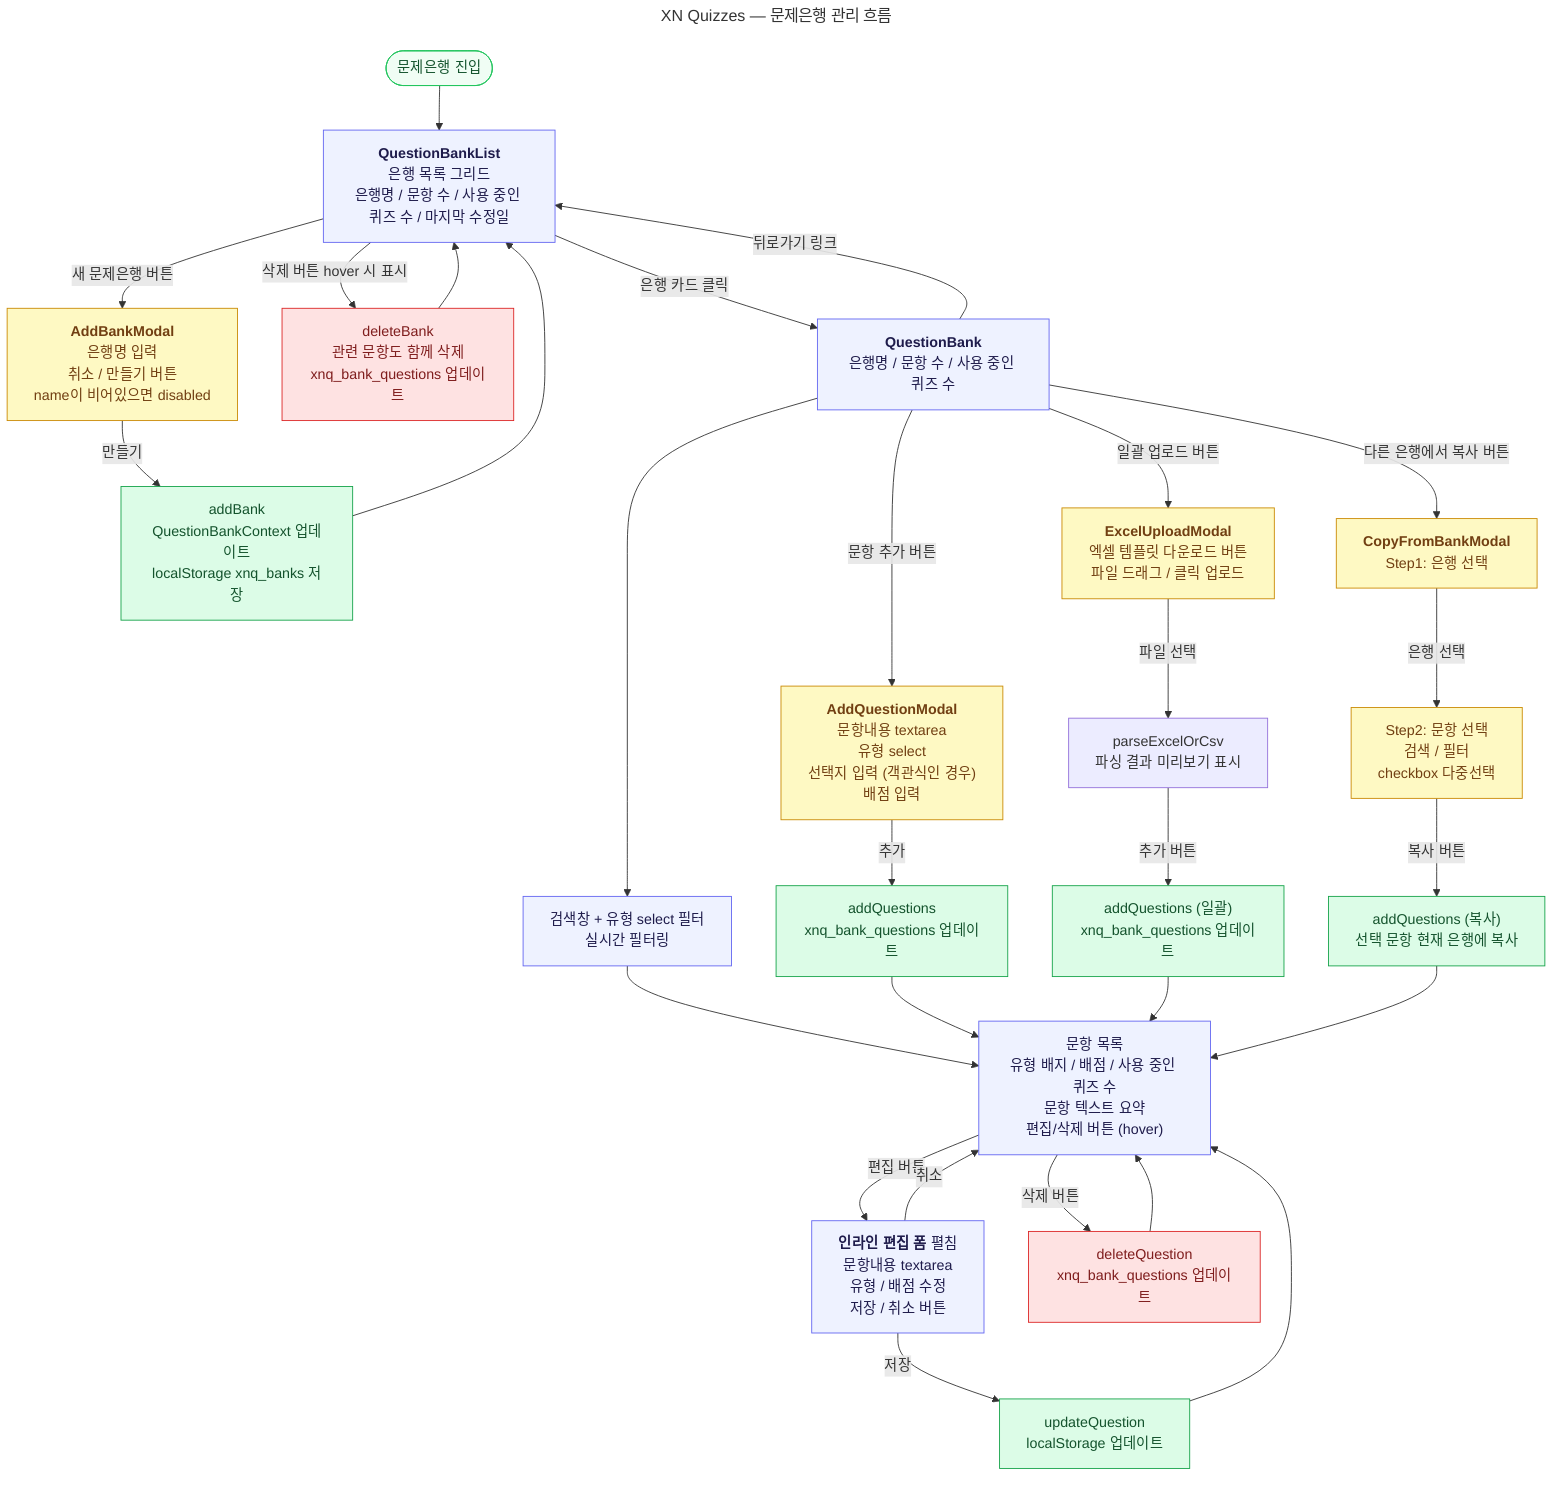
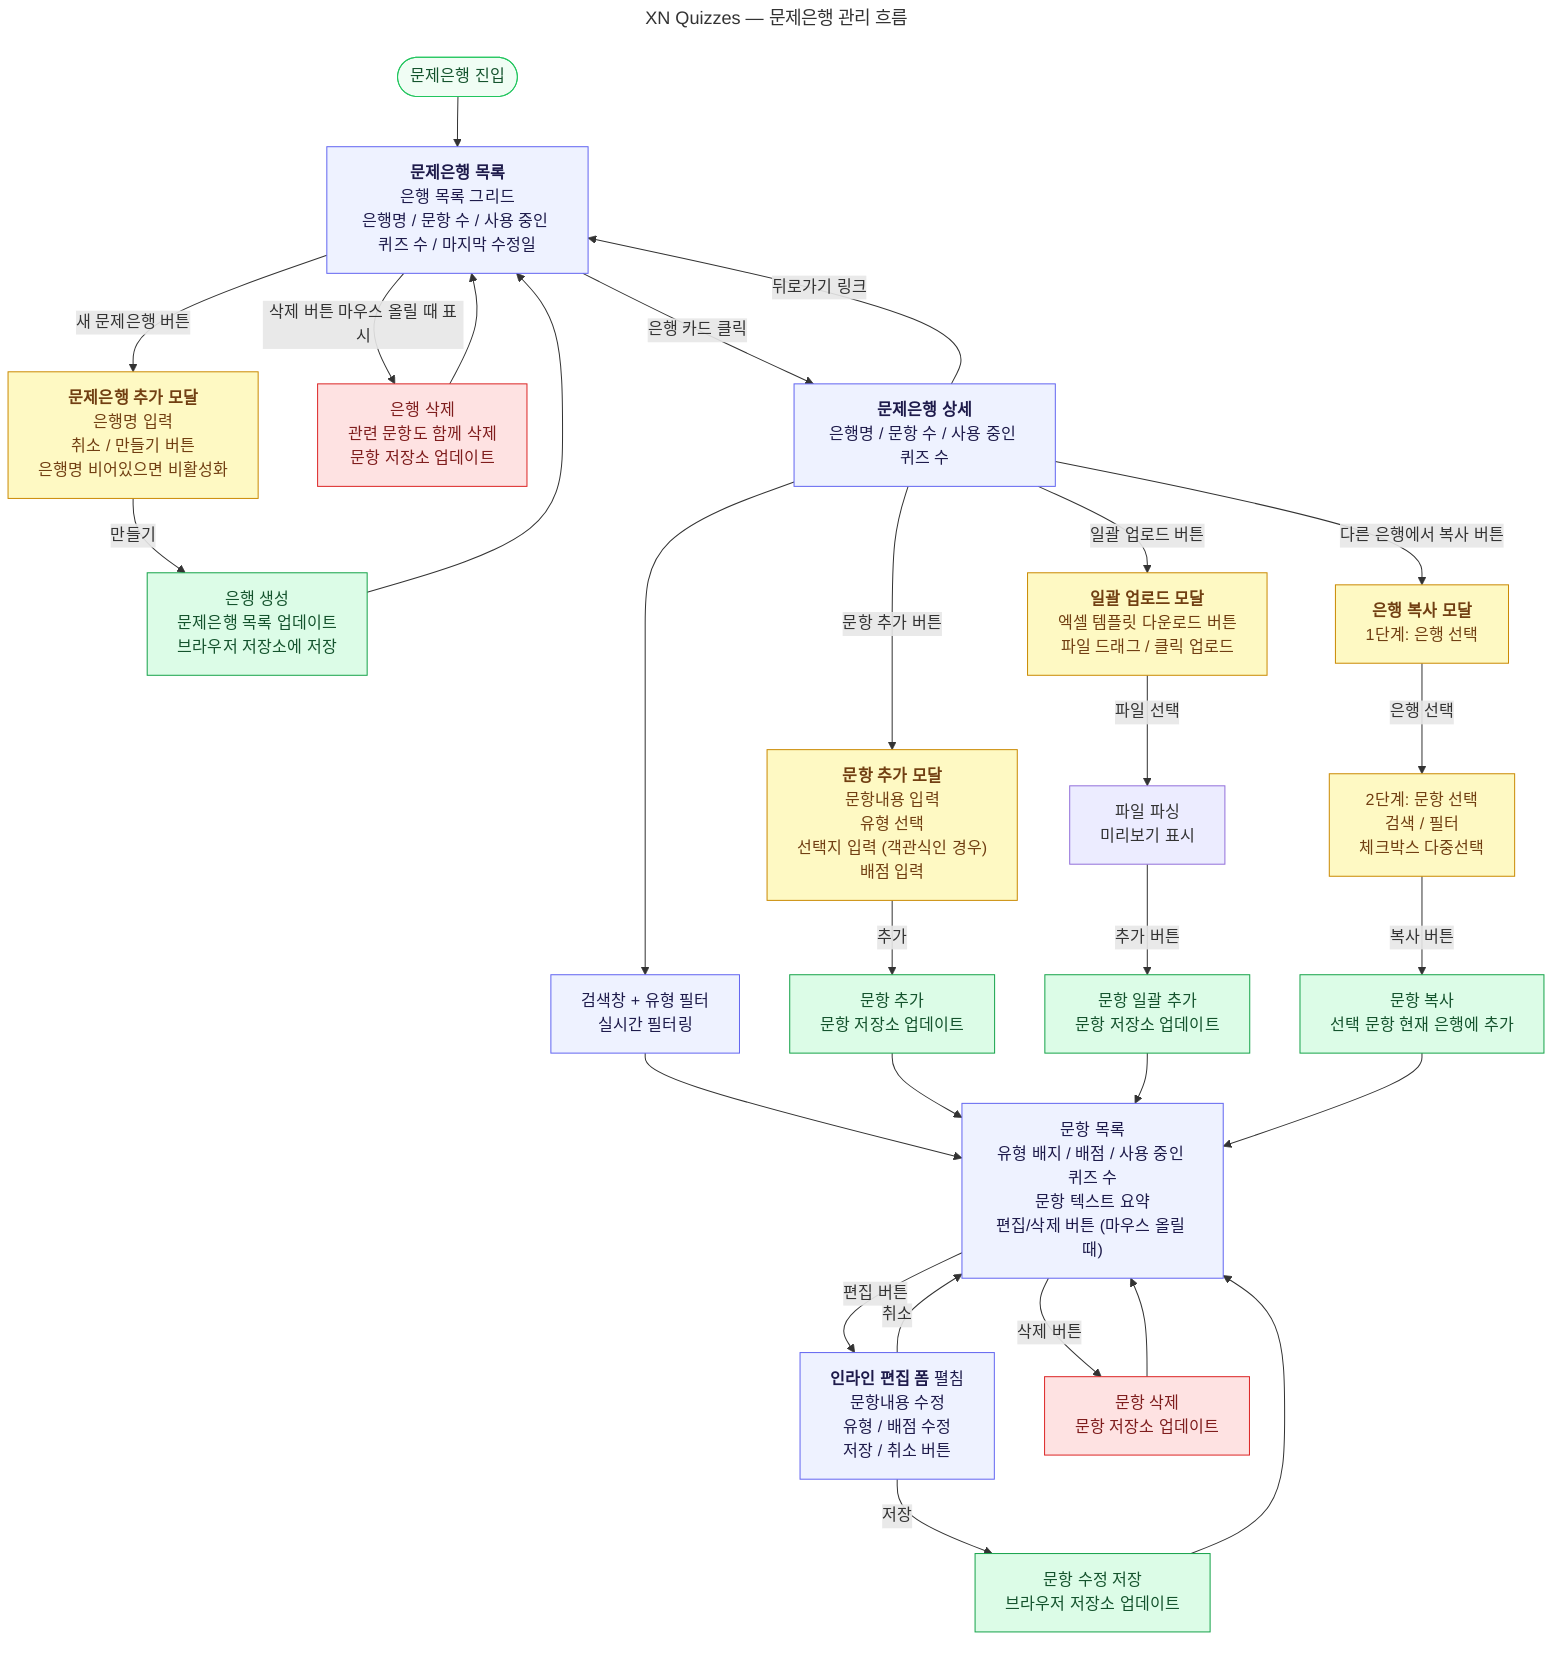
---
title: XN Quizzes — 문제은행 관리 흐름
---
flowchart TD
-     START([문제은행 진입]) --> QBL["`**QuestionBankList**
+     START([문제은행 진입]) --> QBL["`**문제은행 목록**
    은행 목록 그리드
    은행명 / 문항 수 / 사용 중인 퀴즈 수 / 마지막 수정일`"]

    %% ── 은행 생성 ────────────────────────────────
-     QBL -->|새 문제은행 버튼| M_NEW_BANK["`**AddBankModal**
+     QBL -->|새 문제은행 버튼| M_NEW_BANK["`**문제은행 추가 모달**
    은행명 입력
    취소 / 만들기 버튼
-     name이 비어있으면 disabled`"]
-     M_NEW_BANK -->|만들기| ADD_BANK["`addBank
-     QuestionBankContext 업데이트
-     localStorage xnq_banks 저장`"]
+     은행명 비어있으면 비활성화`"]
+     M_NEW_BANK -->|만들기| ADD_BANK["`은행 생성
+     문제은행 목록 업데이트
+     브라우저 저장소에 저장`"]
    ADD_BANK --> QBL

    %% ── 은행 삭제 ────────────────────────────────
-     QBL -->|삭제 버튼 hover 시 표시| DEL_BANK["`deleteBank
+     QBL -->|삭제 버튼 마우스 올릴 때 표시| DEL_BANK["`은행 삭제
    관련 문항도 함께 삭제
-     xnq_bank_questions 업데이트`"]
+     문항 저장소 업데이트`"]
    DEL_BANK --> QBL

    %% ── 은행 상세 진입 ───────────────────────────
-     QBL -->|은행 카드 클릭| QB["`**QuestionBank**
+     QBL -->|은행 카드 클릭| QB["`**문제은행 상세**
    은행명 / 문항 수 / 사용 중인 퀴즈 수`"]

-     QB --> FILTER["`검색창 + 유형 select 필터
+     QB --> FILTER["`검색창 + 유형 필터
    실시간 필터링`"]
    FILTER --> Q_LIST["`문항 목록
    유형 배지 / 배점 / 사용 중인 퀴즈 수
    문항 텍스트 요약
-     편집/삭제 버튼 (hover)`"]
+     편집/삭제 버튼 (마우스 올릴 때)`"]

    %% ── 문항 추가 ────────────────────────────────
-     QB -->|문항 추가 버튼| M_ADD_Q["`**AddQuestionModal**
-     문항내용 textarea
-     유형 select
+     QB -->|문항 추가 버튼| M_ADD_Q["`**문항 추가 모달**
+     문항내용 입력
+     유형 선택
    선택지 입력 (객관식인 경우)
    배점 입력`"]
-     M_ADD_Q -->|추가| ADD_Q["`addQuestions
-     xnq_bank_questions 업데이트`"]
+     M_ADD_Q -->|추가| ADD_Q["`문항 추가
+     문항 저장소 업데이트`"]
    ADD_Q --> Q_LIST

    %% ── 문항 편집 (인라인) ───────────────────────
    Q_LIST -->|편집 버튼| EDIT_FORM["`**인라인 편집 폼** 펼침
-     문항내용 textarea
+     문항내용 수정
    유형 / 배점 수정
    저장 / 취소 버튼`"]
-     EDIT_FORM -->|저장| UPD_Q["`updateQuestion
-     localStorage 업데이트`"]
+     EDIT_FORM -->|저장| UPD_Q["`문항 수정 저장
+     브라우저 저장소 업데이트`"]
    EDIT_FORM -->|취소| Q_LIST
    UPD_Q --> Q_LIST

    %% ── 문항 삭제 ────────────────────────────────
-     Q_LIST -->|삭제 버튼| DEL_Q["`deleteQuestion
-     xnq_bank_questions 업데이트`"]
+     Q_LIST -->|삭제 버튼| DEL_Q["`문항 삭제
+     문항 저장소 업데이트`"]
    DEL_Q --> Q_LIST

    %% ── 일괄 업로드 ──────────────────────────────
-     QB -->|일괄 업로드 버튼| M_UPLOAD["`**ExcelUploadModal**
+     QB -->|일괄 업로드 버튼| M_UPLOAD["`**일괄 업로드 모달**
    엑셀 템플릿 다운로드 버튼
    파일 드래그 / 클릭 업로드`"]
-     M_UPLOAD -->|파일 선택| PARSE["`parseExcelOrCsv
-     파싱 결과 미리보기 표시`"]
-     PARSE -->|추가 버튼| ADD_BULK["`addQuestions (일괄)
-     xnq_bank_questions 업데이트`"]
+     M_UPLOAD -->|파일 선택| PARSE["`파일 파싱
+     미리보기 표시`"]
+     PARSE -->|추가 버튼| ADD_BULK["`문항 일괄 추가
+     문항 저장소 업데이트`"]
    ADD_BULK --> Q_LIST

    %% ── 다른 은행에서 복사 ───────────────────────
-     QB -->|다른 은행에서 복사 버튼| M_COPY["`**CopyFromBankModal**
-     Step1: 은행 선택`"]
-     M_COPY -->|은행 선택| M_COPY2["`Step2: 문항 선택
+     QB -->|다른 은행에서 복사 버튼| M_COPY["`**은행 복사 모달**
+     1단계: 은행 선택`"]
+     M_COPY -->|은행 선택| M_COPY2["`2단계: 문항 선택
    검색 / 필터
-     checkbox 다중선택`"]
-     M_COPY2 -->|복사 버튼| COPY_Q["`addQuestions (복사)
-     선택 문항 현재 은행에 복사`"]
+     체크박스 다중선택`"]
+     M_COPY2 -->|복사 버튼| COPY_Q["`문항 복사
+     선택 문항 현재 은행에 추가`"]
    COPY_Q --> Q_LIST

    %% ── 뒤로가기 ─────────────────────────────────
    QB -->|뒤로가기 링크| QBL

    %% ── 스타일 ───────────────────────────────────
    style QBL      fill:#EEF2FF,stroke:#6366F1,color:#1e1b4b
    style QB       fill:#EEF2FF,stroke:#6366F1,color:#1e1b4b
    style FILTER   fill:#EEF2FF,stroke:#6366F1,color:#1e1b4b
    style Q_LIST   fill:#EEF2FF,stroke:#6366F1,color:#1e1b4b
    style EDIT_FORM fill:#EEF2FF,stroke:#6366F1,color:#1e1b4b

    style M_NEW_BANK fill:#FEF9C3,stroke:#CA8A04,color:#713f12
    style M_ADD_Q    fill:#FEF9C3,stroke:#CA8A04,color:#713f12
    style M_UPLOAD   fill:#FEF9C3,stroke:#CA8A04,color:#713f12
    style M_COPY     fill:#FEF9C3,stroke:#CA8A04,color:#713f12
    style M_COPY2    fill:#FEF9C3,stroke:#CA8A04,color:#713f12

    style ADD_BANK  fill:#DCFCE7,stroke:#16A34A,color:#14532d
    style ADD_Q     fill:#DCFCE7,stroke:#16A34A,color:#14532d
    style UPD_Q     fill:#DCFCE7,stroke:#16A34A,color:#14532d
    style ADD_BULK  fill:#DCFCE7,stroke:#16A34A,color:#14532d
    style COPY_Q    fill:#DCFCE7,stroke:#16A34A,color:#14532d

    style DEL_BANK fill:#FEE2E2,stroke:#DC2626,color:#7f1d1d
    style DEL_Q    fill:#FEE2E2,stroke:#DC2626,color:#7f1d1d

    style START fill:#F0FDF4,stroke:#22C55E,color:#14532d
